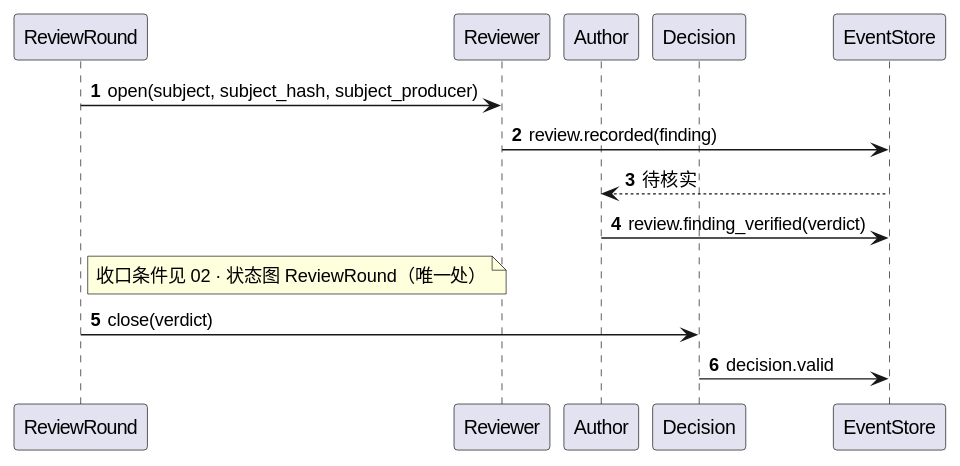
raitpor/dsh-software-dev-office keeps this PlantUML diagram as design/diagrams/uml-seq-review.svg. Above is the earlier version.
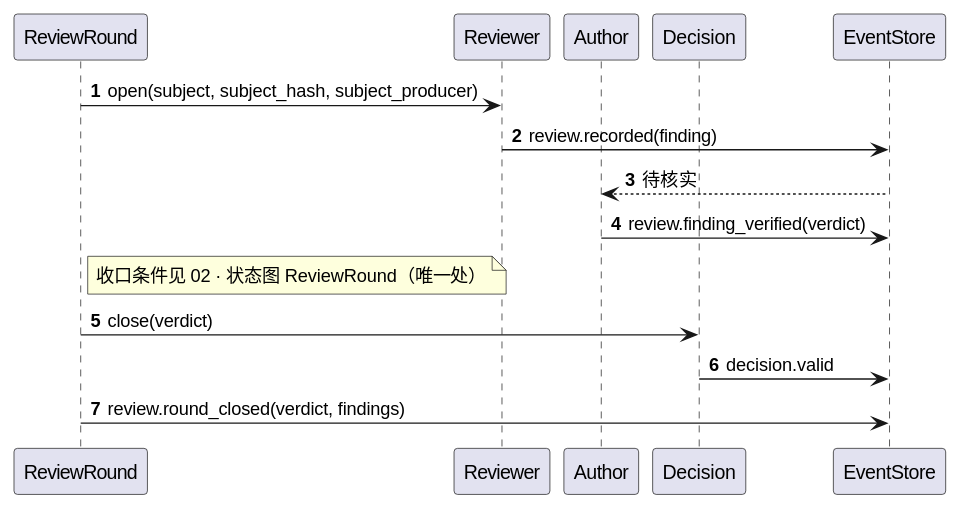
The same diagram one commit later.

What changed in the source:
```diff
@@ -13,4 +13,5 @@
 note right of R : 收口条件见 02 · 状态图 ReviewRound（唯一处）
 R -> D : close(verdict)
 D -> E : decision.valid
+R -> E : review.round_closed(verdict, findings)
 @enduml
```
